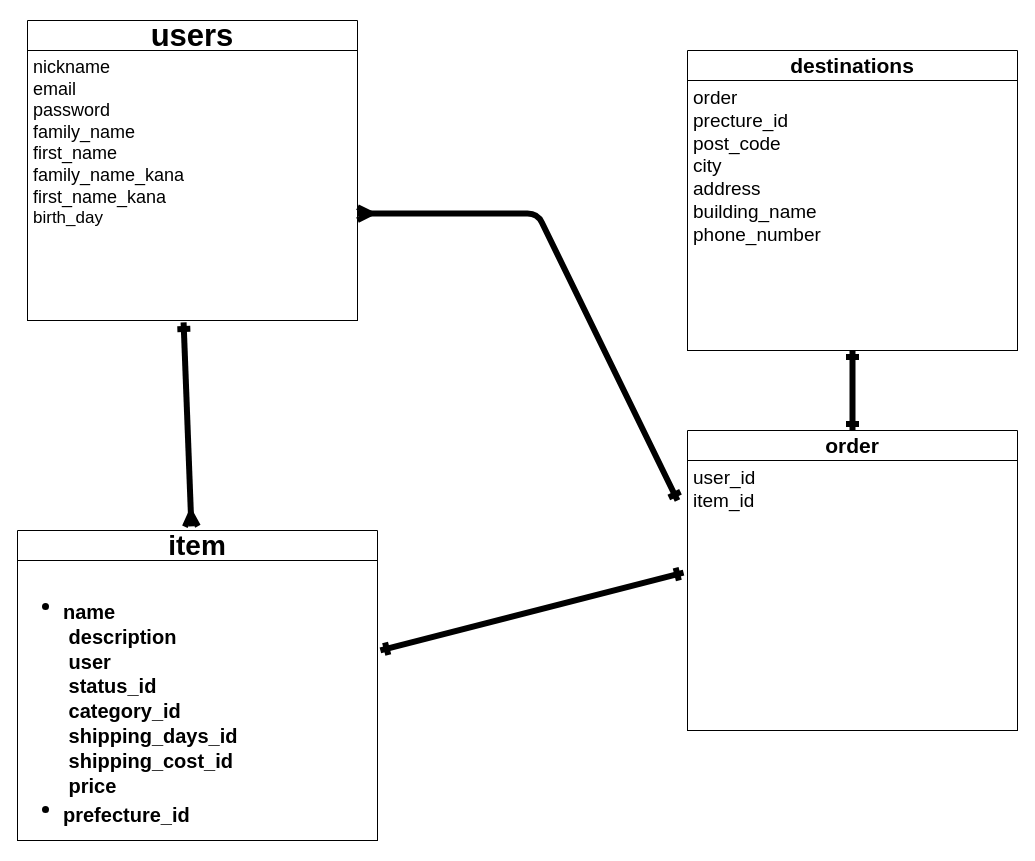
Earlier version of the draw.io diagram ER.dio (yyokoo/furima-38850). Source tidied: cells renumbered, new cells numbered last; positions are measured from the earlier drawing's top-left corner, leaving out a move shared by most shapes. Both pictures are drawn from the tidied source at 100%, with x=0, y=0 at pixel (17, 20).
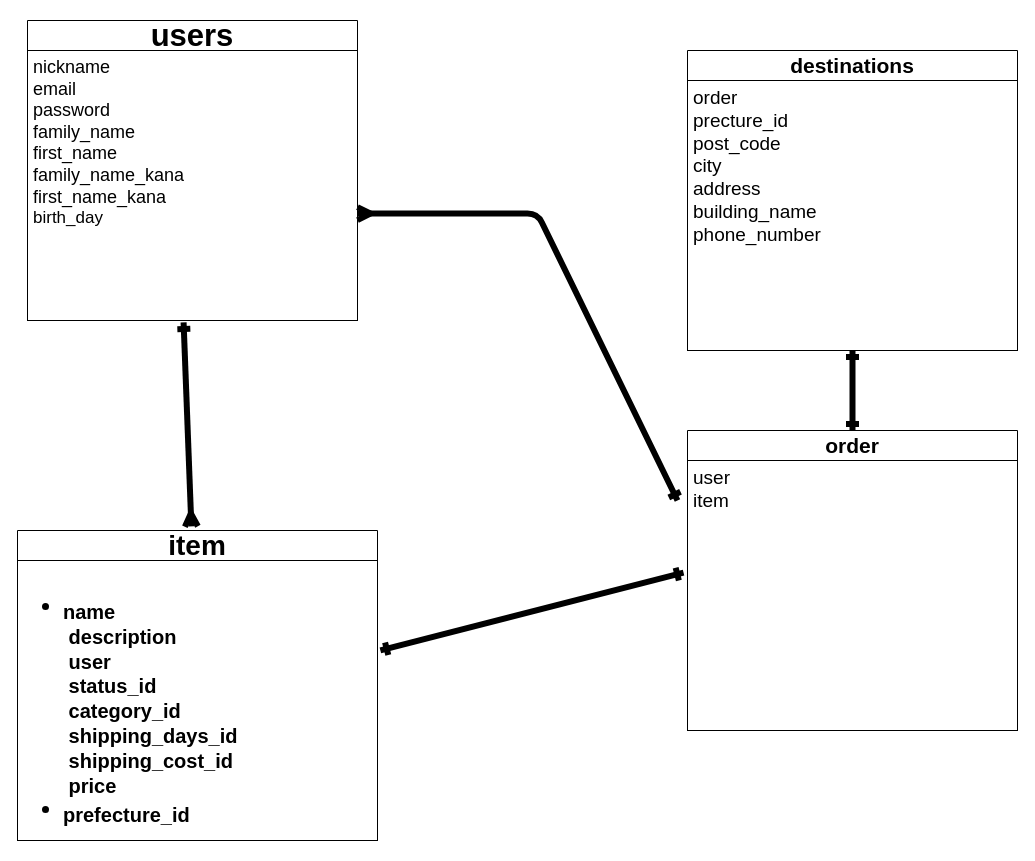
After the change.

The edit, as a diff of the source:
```diff
@@
 <mxGraphModel>
   <root>
     <mxCell id="0" />
     <mxCell id="1" parent="0" />
     <mxCell id="2" value="users" style="swimlane;fontStyle=1;horizontal=1;startSize=30;whiteSpace=wrap;html=1;fontSize=31;" parent="1" vertex="1">
       <mxGeometry x="10" width="330" height="300" as="geometry" />
     </mxCell>
     <mxCell id="3" value="&lt;font style=&quot;&quot;&gt;&lt;font style=&quot;font-size: 18px;&quot;&gt;nickname&lt;br&gt;email&lt;br&gt;password&lt;br&gt;family_name&lt;br&gt;first_name&lt;/font&gt;&lt;br&gt;&lt;font style=&quot;font-size: 18px;&quot;&gt;family_name_kana&lt;br&gt;first_name_kana&lt;/font&gt;&lt;br&gt;&lt;font style=&quot;font-size: 17px;&quot;&gt;birth_day&lt;/font&gt;&lt;/font&gt;" style="text;strokeColor=default;fillColor=none;align=left;verticalAlign=top;spacingLeft=4;spacingRight=4;overflow=hidden;points=[[0,0.5],[1,0.5]];portConstraint=eastwest;whiteSpace=wrap;html=1;" parent="2" vertex="1">
       <mxGeometry y="30" width="330" height="270" as="geometry" />
     </mxCell>
     <mxCell id="4" style="edgeStyle=none;html=1;strokeWidth=6;fontSize=28;startArrow=ERone;startFill=0;endArrow=ERone;endFill=0;" parent="1" edge="1" source="5" target="12">
       <mxGeometry relative="1" as="geometry" />
     </mxCell>
     <mxCell id="5" value="&lt;font style=&quot;font-size: 21px;&quot;&gt;&lt;b&gt;destinations&lt;/b&gt;&lt;/font&gt;" style="swimlane;fontStyle=0;horizontal=1;startSize=30;whiteSpace=wrap;html=1;" parent="1" vertex="1">
       <mxGeometry x="670" y="30" width="330" height="300" as="geometry" />
     </mxCell>
     <mxCell id="6" value="order&lt;br style=&quot;font-size: 19px;&quot;&gt;precture_id&lt;br style=&quot;font-size: 19px;&quot;&gt;post_code&lt;br style=&quot;font-size: 19px;&quot;&gt;city&lt;br style=&quot;font-size: 19px;&quot;&gt;address&lt;br style=&quot;font-size: 19px;&quot;&gt;building_name&lt;br style=&quot;font-size: 19px;&quot;&gt;phone_number" style="text;strokeColor=default;fillColor=none;align=left;verticalAlign=top;spacingLeft=4;spacingRight=4;overflow=hidden;whiteSpace=wrap;html=1;fontSize=19;" parent="5" vertex="1">
       <mxGeometry y="30" width="330" height="270" as="geometry" />
     </mxCell>
     <mxCell id="7" value="item" style="swimlane;fontStyle=1;horizontal=1;startSize=30;whiteSpace=wrap;html=1;fontSize=28;rotation=0;" parent="1" vertex="1">
       <mxGeometry y="510" width="360" height="310" as="geometry" />
     </mxCell>
     <mxCell id="8" value="&lt;ul style=&quot;font-size: 24px;&quot;&gt;&lt;li style=&quot;&quot;&gt;&lt;div style=&quot;line-height: 18px;&quot;&gt;&lt;div style=&quot;&quot;&gt;&lt;b&gt;&lt;sub&gt;name&amp;nbsp;&lt;/sub&gt;&lt;/b&gt;&lt;/div&gt;&lt;div style=&quot;&quot;&gt;&lt;span style=&quot;&quot;&gt;&lt;b&gt;&lt;sub&gt;&amp;nbsp;description&lt;/sub&gt;&lt;/b&gt;&lt;/span&gt;&lt;/div&gt;&lt;div style=&quot;&quot;&gt;&lt;span style=&quot;&quot;&gt;&lt;b&gt;&lt;sub&gt;&amp;nbsp;user&amp;nbsp;&lt;/sub&gt;&lt;/b&gt;&lt;/span&gt;&lt;/div&gt;&lt;div style=&quot;&quot;&gt;&lt;span style=&quot;&quot;&gt;&lt;b&gt;&lt;sub&gt;&amp;nbsp;status_id&amp;nbsp;&lt;/sub&gt;&lt;/b&gt;&lt;/span&gt;&lt;/div&gt;&lt;div style=&quot;&quot;&gt;&lt;span style=&quot;&quot;&gt;&lt;b&gt;&lt;sub&gt;&amp;nbsp;category_id&amp;nbsp;&lt;/sub&gt;&lt;/b&gt;&lt;/span&gt;&lt;/div&gt;&lt;div style=&quot;&quot;&gt;&lt;span style=&quot;&quot;&gt;&lt;b&gt;&lt;sub&gt;&amp;nbsp;shipping_days_id&amp;nbsp;&amp;nbsp;&lt;/sub&gt;&lt;/b&gt;&lt;/span&gt;&lt;/div&gt;&lt;div style=&quot;&quot;&gt;&lt;span style=&quot;&quot;&gt;&lt;b&gt;&lt;sub&gt;&amp;nbsp;shipping_cost_id&amp;nbsp;&lt;/sub&gt;&lt;/b&gt;&lt;/span&gt;&lt;/div&gt;&lt;div style=&quot;&quot;&gt;&lt;span style=&quot;&quot;&gt;&lt;b&gt;&lt;sub&gt;&amp;nbsp;price&amp;nbsp;&lt;/sub&gt;&lt;/b&gt;&lt;/span&gt;&lt;/div&gt;&lt;/div&gt;&lt;/li&gt;&lt;li style=&quot;&quot;&gt;&lt;div style=&quot;&quot;&gt;&lt;div style=&quot;line-height: 18px;&quot;&gt;&lt;b&gt;&lt;sub&gt;prefecture_id &lt;/sub&gt;&lt;/b&gt;&lt;/div&gt;&lt;/div&gt;&lt;/li&gt;&lt;/ul&gt;" style="text;strokeColor=default;fillColor=none;align=left;verticalAlign=top;spacingLeft=4;spacingRight=4;overflow=hidden;points=[[0,0.5],[1,0.5]];portConstraint=eastwest;whiteSpace=wrap;html=1;fontSize=16;horizontal=1;rotation=0;" parent="7" vertex="1">
       <mxGeometry y="30" width="360" height="280" as="geometry" />
     </mxCell>
     <mxCell id="9" style="edgeStyle=none;html=1;fontSize=21;startArrow=ERone;startFill=0;entryX=1;entryY=0.604;entryDx=0;entryDy=0;entryPerimeter=0;endArrow=ERmany;endFill=0;strokeWidth=6;" parent="1" edge="1" target="3">
       <mxGeometry relative="1" as="geometry">
         <mxPoint x="660" y="480" as="sourcePoint" />
         <Array as="points">
           <mxPoint x="520" y="193" />
         </Array>
       </mxGeometry>
     </mxCell>
     <mxCell id="10" style="edgeStyle=none;html=1;fontSize=21;startArrow=ERone;startFill=0;endArrow=ERone;endFill=0;strokeWidth=6;exitX=1.008;exitY=0.321;exitDx=0;exitDy=0;exitPerimeter=0;entryX=-0.012;entryY=0.415;entryDx=0;entryDy=0;entryPerimeter=0;" parent="1" edge="1" source="8" target="13">
       <mxGeometry relative="1" as="geometry" />
     </mxCell>
     <mxCell id="11" style="edgeStyle=none;html=1;exitX=0.483;exitY=-0.013;exitDx=0;exitDy=0;fontSize=21;startArrow=ERmany;startFill=0;entryX=0.473;entryY=1.007;entryDx=0;entryDy=0;entryPerimeter=0;endArrow=ERone;endFill=0;strokeWidth=6;exitPerimeter=0;" parent="1" edge="1" source="7" target="3">
       <mxGeometry relative="1" as="geometry" />
     </mxCell>
     <mxCell id="12" value="&lt;span style=&quot;font-size: 21px;&quot;&gt;&lt;b&gt;order&lt;/b&gt;&lt;/span&gt;" style="swimlane;fontStyle=0;horizontal=1;startSize=30;whiteSpace=wrap;html=1;" parent="1" vertex="1">
       <mxGeometry x="670" y="410" width="330" height="300" as="geometry" />
     </mxCell>
-    <mxCell id="13" value="user_id&lt;br&gt;item_id" style="text;strokeColor=default;fillColor=none;align=left;verticalAlign=top;spacingLeft=4;spacingRight=4;overflow=hidden;points=[[0,0.5],[1,0.5]];portConstraint=eastwest;whiteSpace=wrap;html=1;fontSize=19;" parent="12" vertex="1">
+    <mxCell id="13" value="user&lt;br&gt;item" style="text;strokeColor=default;fillColor=none;align=left;verticalAlign=top;spacingLeft=4;spacingRight=4;overflow=hidden;points=[[0,0.5],[1,0.5]];portConstraint=eastwest;whiteSpace=wrap;html=1;fontSize=19;" parent="12" vertex="1">
       <mxGeometry y="30" width="330" height="270" as="geometry" />
     </mxCell>
   </root>
 </mxGraphModel>
```
